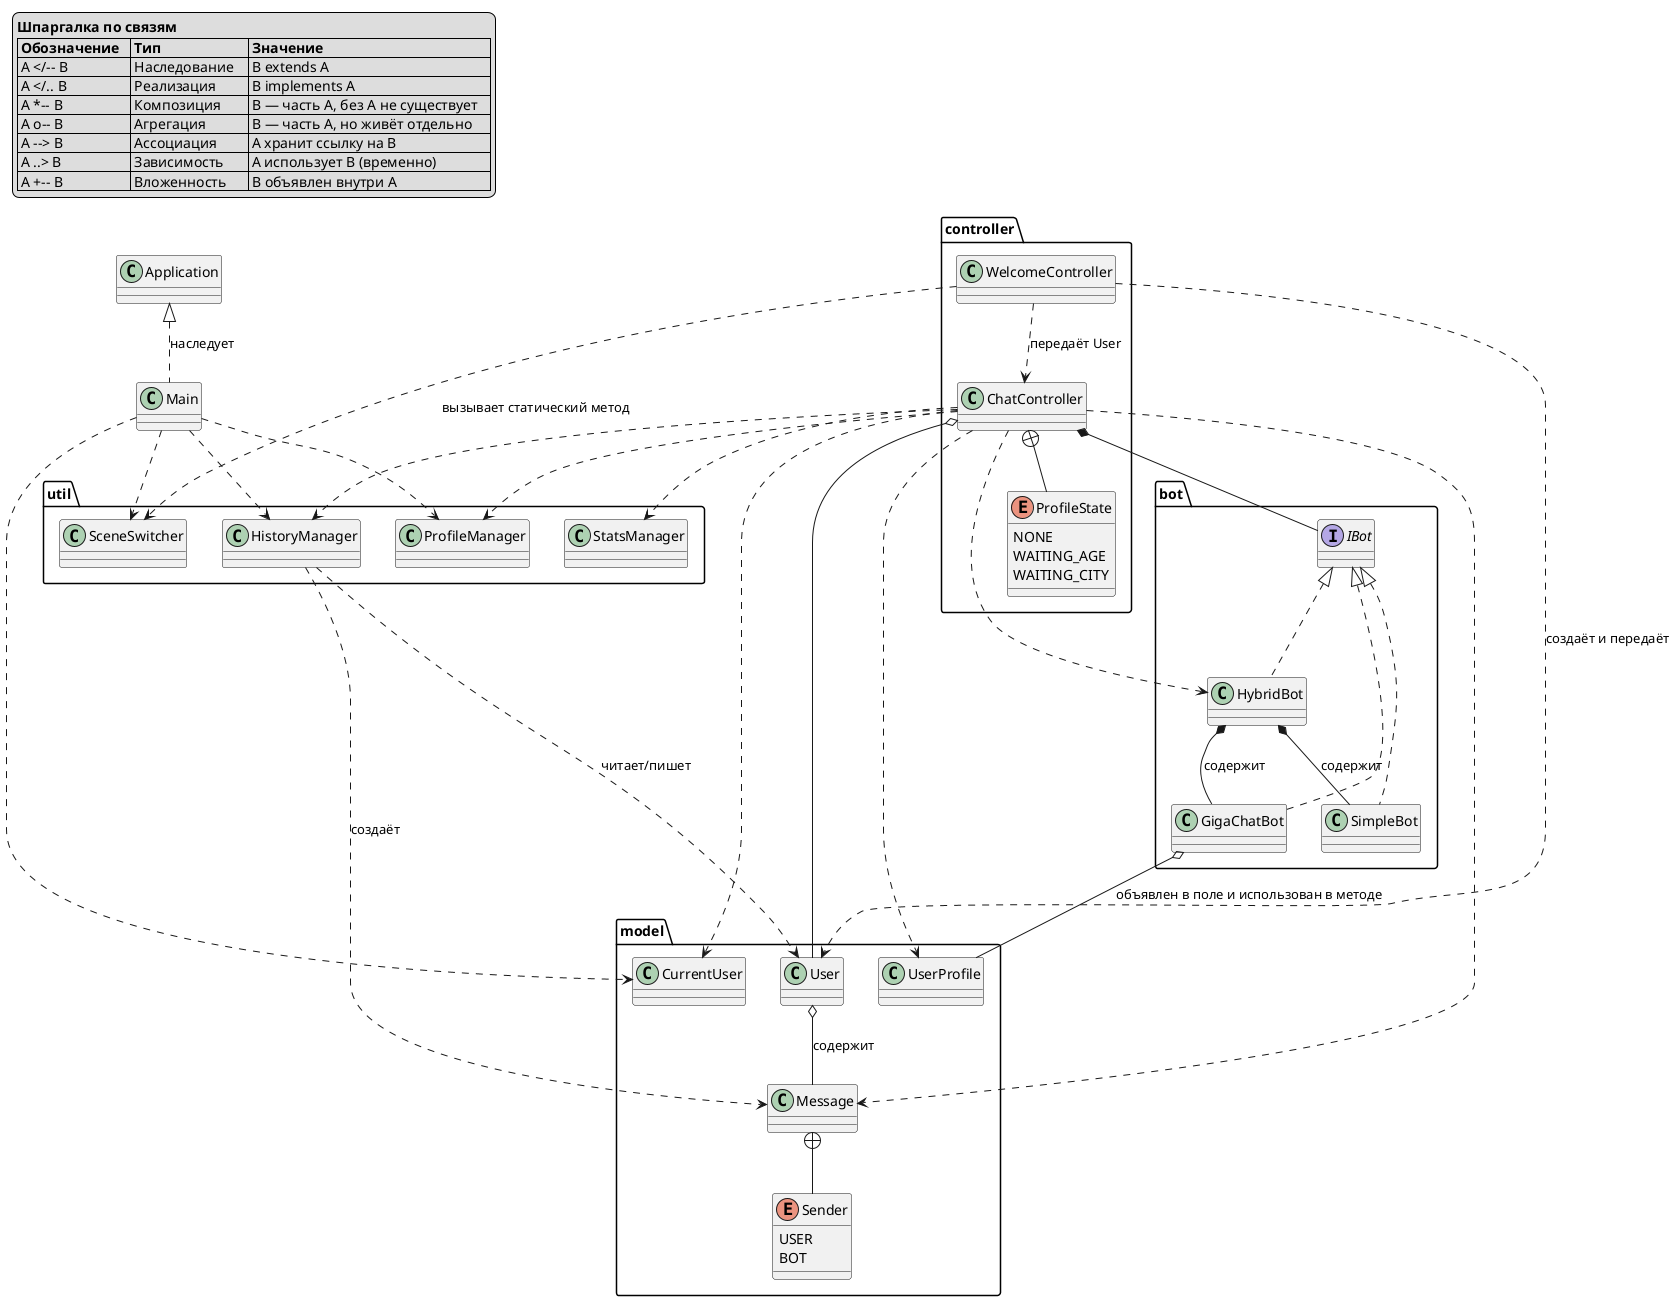
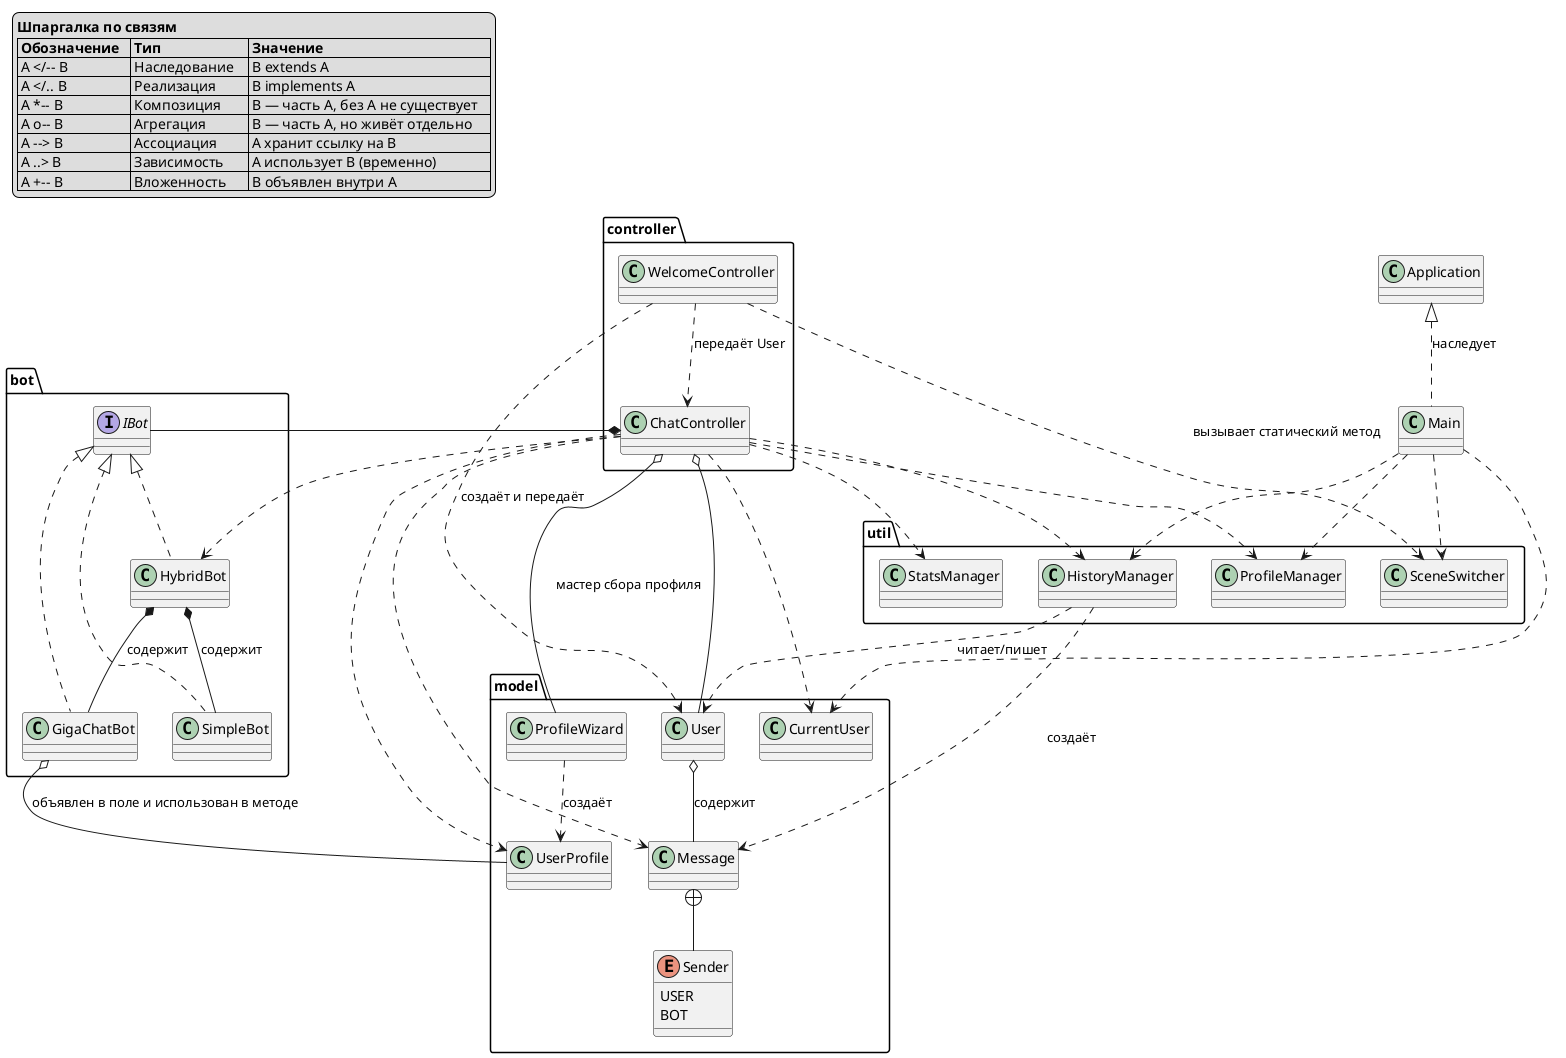
- ```plantuml
@startuml

legend top left
  <b>Шпаргалка по связям</b>
  |= Обозначение   |= Тип            |= Значение                          |
  | A </-- B       | Наследование    | B extends A                        |
  | A </.. B       | Реализация      | B implements A                     |
  | A *-- B        | Композиция      | B — часть A, без A не существует   |
  | A o-- B        | Агрегация       | B — часть A, но живёт отдельно     |
  | A --> B        | Ассоциация      | A хранит ссылку на B               |
  | A ..> B        | Зависимость     | A использует B (временно)          |
  | A +-- B        | Вложенность     | B объявлен внутри A                |
endlegend

package "bot" {
    interface IBot
    class GigaChatBot
    class HybridBot
    class SimpleBot

    IBot <|.. GigaChatBot
    IBot <|.. HybridBot
    IBot <|.. SimpleBot

    HybridBot *-- GigaChatBot : содержит
    HybridBot *-- SimpleBot   : содержит
}

package "controller" {
    class ChatController
    class WelcomeController

    WelcomeController ..> ChatController : передаёт User
- 
-     enum ProfileState {
-     NONE
-     WAITING_AGE
-     WAITING_CITY
-     }
- 
-     ChatController +-- ProfileState
}

package "model" {
    class User
    class Message
    class UserProfile
    class CurrentUser
+     class ProfileWizard

    enum Sender {
        USER
        BOT
    }

    Message +-- Sender
-     User    o-- Message : содержит
+     User    o-- Message  : содержит
+     ProfileWizard ..> UserProfile : создаёт
}

package "util" {
    class HistoryManager
    class ProfileManager
    class SceneSwitcher
    class StatsManager
}

WelcomeController ..> User : создаёт и передаёт
WelcomeController ..> SceneSwitcher : вызывает статический метод

GigaChatBot o-- UserProfile : объявлен в поле и использован в методе

HistoryManager ..> User    : читает/пишет
HistoryManager ..> Message : создаёт

ChatController ..> Message
ChatController o-- User
ChatController ..> HybridBot
ChatController ..> CurrentUser
ChatController ..> UserProfile
ChatController ..> HistoryManager
ChatController ..> StatsManager
ChatController ..> ProfileManager
ChatController *-- IBot
+ ChatController o-- ProfileWizard : мастер сбора профиля

class Application
class Main

Application <|.. Main : наследует
Main ..> CurrentUser
Main ..> SceneSwitcher
Main ..> HistoryManager
Main ..> ProfileManager
- @enduml
- ```+ @enduml